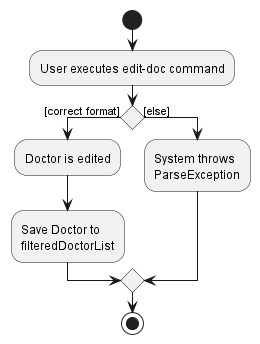
This is docs/images/EditDoctorActivityDiagram.png from nus-cs2103-AY2223S2/tp, a PlantUML export, as it was before one commit.
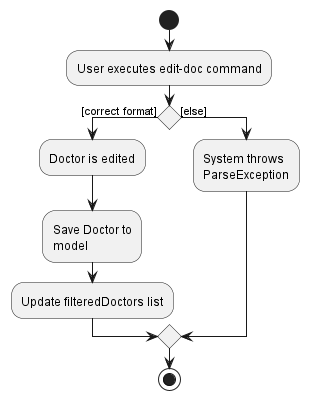
After the change.

Commit message:
Modify edit doctor activty diagram

Change to the diagram source:
```diff
@@ -5,7 +5,8 @@
 if () then ([correct format])
     :Doctor is edited;
     :Save Doctor to
-    filteredDoctorList;
+    model;
+    :Update filteredDoctors list;
 else ([else])
     :System throws
     ParseException;
```
